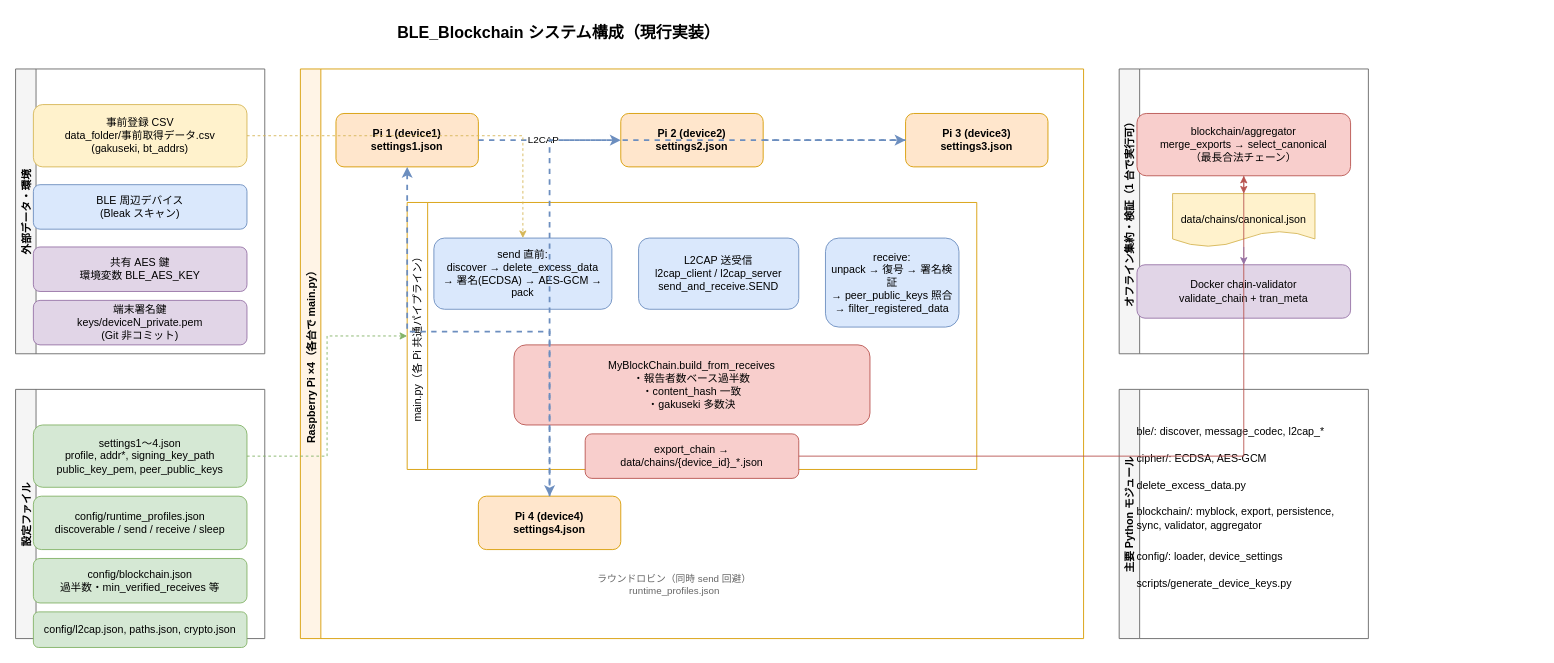
The draw.io diagram page "1-システム構成" (1 of 3) of docs/diagrams/ble-blockchain-architecture.drawio in T3pp31/BLE_Blockchain, before the edit. Source tidied: cells renumbered, new cells numbered last; positions are measured from the earlier drawing's top-left corner, leaving out a move shared by most shapes. Both pictures are drawn from the tidied source at 89%, with x=0, y=0 at pixel (15, 15).
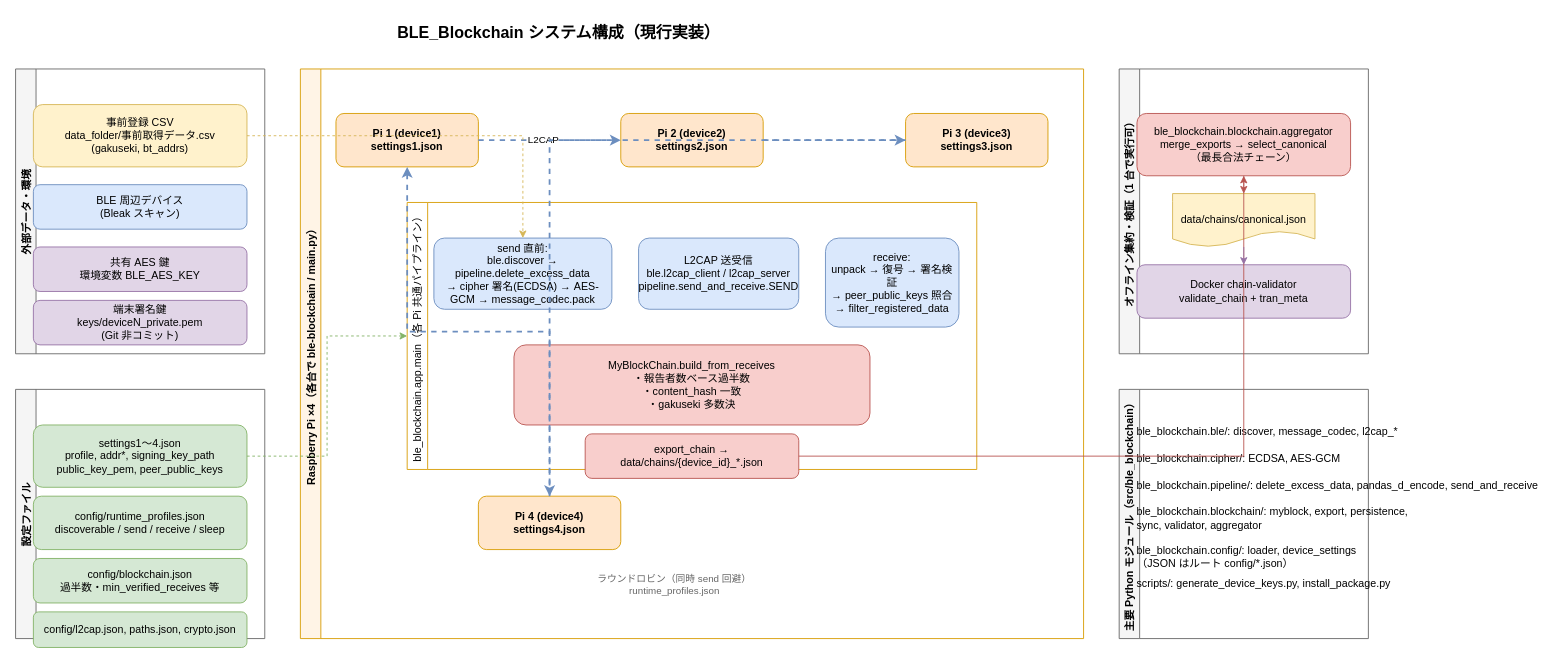
The same page after the edit.

Unchanged cells that the change refers to:
```xml
<mxCell id="30" value="オフライン集約・検証（1 台で実行可）" style="swimlane;horizontal=0;fillColor=#f5f5f5;strokeColor=#666666;fontStyle=1;" parent="1" vertex="1">
  <mxGeometry x="1240" y="60" width="280" height="320" as="geometry" />
</mxCell>
```

Change to the diagram source:
```diff
@@
-    <mxCell id="13" value="Raspberry Pi ×4（各台で main.py）" style="swimlane;horizontal=0;fillColor=#fff4e6;strokeColor=#d79b00;fontStyle=1;" parent="1" vertex="1">
+    <mxCell id="13" value="Raspberry Pi ×4（各台で ble-blockchain / main.py）" style="swimlane;horizontal=0;fillColor=#fff4e6;strokeColor=#d79b00;fontStyle=1;" parent="1" vertex="1">
       <mxGeometry x="320" y="60" width="880" height="640" as="geometry" />
     </mxCell>
@@
-    <mxCell id="18" value="main.py（各 Pi 共通パイプライン）" style="swimlane;horizontal=0;fillColor=#ffffff;strokeColor=#d79b00;fontStyle=0;" parent="13" vertex="1">
+    <mxCell id="18" value="ble_blockchain.app.main（各 Pi 共通パイプライン）" style="swimlane;horizontal=0;fillColor=#ffffff;strokeColor=#d79b00;fontStyle=0;" parent="13" vertex="1">
       <mxGeometry x="120" y="150" width="640" height="300" as="geometry" />
     </mxCell>
-    <mxCell id="19" value="send 直前:&#10;discover → delete_excess_data&#10;→ 署名(ECDSA) → AES-GCM → pack" style="rounded=1;whiteSpace=wrap;html=1;fillColor=#dae8fc;strokeColor=#6c8ebf;" parent="18" vertex="1">
+    <mxCell id="19" value="send 直前:&#10;ble.discover → pipeline.delete_excess_data&#10;→ cipher 署名(ECDSA) → AES-GCM → message_codec.pack" style="rounded=1;whiteSpace=wrap;html=1;fillColor=#dae8fc;strokeColor=#6c8ebf;" parent="18" vertex="1">
       <mxGeometry x="30" y="40" width="200" height="80" as="geometry" />
     </mxCell>
-    <mxCell id="20" value="L2CAP 送受信&#10;l2cap_client / l2cap_server&#10;send_and_receive.SEND" style="rounded=1;whiteSpace=wrap;html=1;fillColor=#dae8fc;strokeColor=#6c8ebf;" parent="18" vertex="1">
+    <mxCell id="20" value="L2CAP 送受信&#10;ble.l2cap_client / l2cap_server&#10;pipeline.send_and_receive.SEND" style="rounded=1;whiteSpace=wrap;html=1;fillColor=#dae8fc;strokeColor=#6c8ebf;" parent="18" vertex="1">
       <mxGeometry x="260" y="40" width="180" height="80" as="geometry" />
     </mxCell>
@@
-    <mxCell id="31" value="blockchain/aggregator&#10;merge_exports → select_canonical&#10;（最長合法チェーン）" style="rounded=1;whiteSpace=wrap;html=1;fillColor=#f8cecc;strokeColor=#b85450;" parent="30" vertex="1">
+    <mxCell id="31" value="ble_blockchain.blockchain.aggregator&#10;merge_exports → select_canonical&#10;（最長合法チェーン）" style="rounded=1;whiteSpace=wrap;html=1;fillColor=#f8cecc;strokeColor=#b85450;" parent="30" vertex="1">
       <mxGeometry x="20" y="50" width="240" height="70" as="geometry" />
     </mxCell>
@@
-    <mxCell id="34" value="主要 Python モジュール" style="swimlane;horizontal=0;fillColor=#f5f5f5;strokeColor=#666666;fontStyle=1;" parent="1" vertex="1">
+    <mxCell id="34" value="主要 Python モジュール（src/ble_blockchain）" style="swimlane;horizontal=0;fillColor=#f5f5f5;strokeColor=#666666;fontStyle=1;" parent="1" vertex="1">
       <mxGeometry x="1240" y="420" width="280" height="280" as="geometry" />
     </mxCell>
-    <mxCell id="35" value="ble/: discover, message_codec, l2cap_*" style="text;html=1;align=left;verticalAlign=middle;spacingLeft=8;" parent="34" vertex="1">
+    <mxCell id="35" value="ble_blockchain.ble/: discover, message_codec, l2cap_*" style="text;html=1;align=left;verticalAlign=middle;spacingLeft=8;" parent="34" vertex="1">
       <mxGeometry x="10" y="35" width="260" height="25" as="geometry" />
     </mxCell>
-    <mxCell id="36" value="cipher/: ECDSA, AES-GCM" style="text;html=1;align=left;verticalAlign=middle;spacingLeft=8;" parent="34" vertex="1">
+    <mxCell id="36" value="ble_blockchain.cipher/: ECDSA, AES-GCM" style="text;html=1;align=left;verticalAlign=middle;spacingLeft=8;" parent="34" vertex="1">
       <mxGeometry x="10" y="65" width="260" height="25" as="geometry" />
     </mxCell>
-    <mxCell id="37" value="delete_excess_data.py" style="text;html=1;align=left;verticalAlign=middle;spacingLeft=8;" parent="34" vertex="1">
+    <mxCell id="37" value="ble_blockchain.pipeline/: delete_excess_data, pandas_d_encode, send_and_receive" style="text;html=1;align=left;verticalAlign=middle;spacingLeft=8;" parent="34" vertex="1">
       <mxGeometry x="10" y="95" width="260" height="25" as="geometry" />
     </mxCell>
-    <mxCell id="38" value="blockchain/: myblock, export, persistence,&#10;sync, validator, aggregator" style="text;html=1;align=left;verticalAlign=middle;spacingLeft=8;" parent="34" vertex="1">
+    <mxCell id="38" value="ble_blockchain.blockchain/: myblock, export, persistence,&#10;sync, validator, aggregator" style="text;html=1;align=left;verticalAlign=middle;spacingLeft=8;" parent="34" vertex="1">
       <mxGeometry x="10" y="125" width="260" height="40" as="geometry" />
     </mxCell>
-    <mxCell id="39" value="config/: loader, device_settings" style="text;html=1;align=left;verticalAlign=middle;spacingLeft=8;" parent="34" vertex="1">
+    <mxCell id="39" value="ble_blockchain.config/: loader, device_settings&#10;（JSON はルート config/*.json）" style="text;html=1;align=left;verticalAlign=middle;spacingLeft=8;" parent="34" vertex="1">
       <mxGeometry x="10" y="175" width="260" height="25" as="geometry" />
     </mxCell>
-    <mxCell id="40" value="scripts/generate_device_keys.py" style="text;html=1;align=left;verticalAlign=middle;spacingLeft=8;" parent="34" vertex="1">
+    <mxCell id="40" value="scripts/: generate_device_keys.py, install_package.py" style="text;html=1;align=left;verticalAlign=middle;spacingLeft=8;" parent="34" vertex="1">
       <mxGeometry x="10" y="205" width="260" height="25" as="geometry" />
     </mxCell>
```
